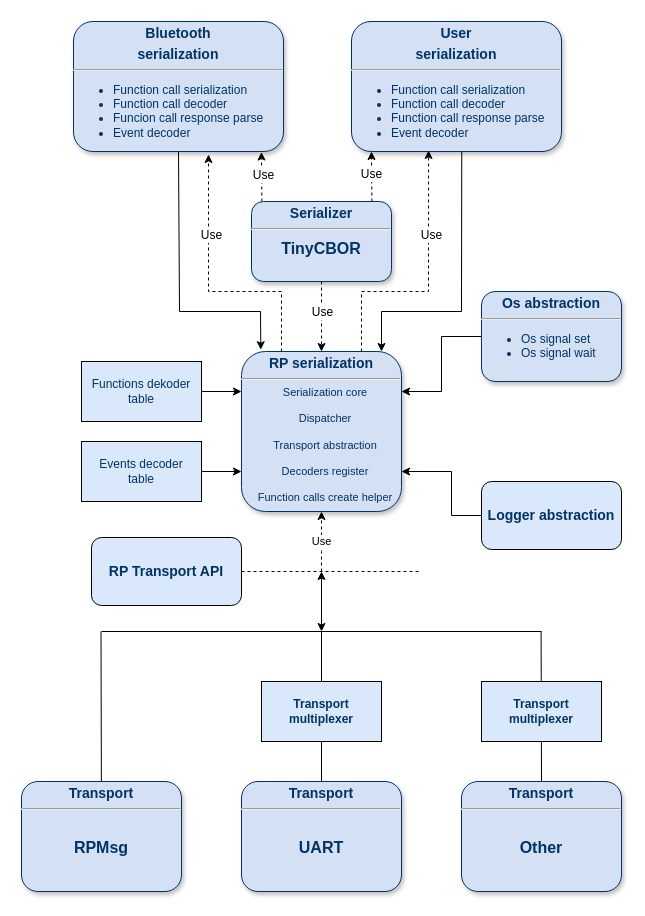
Earlier version of the draw.io diagram Serialization diagram.drawio (doki-nordic/draw.io). Source tidied: cells renumbered, new cells numbered last; positions are measured from the earlier drawing's top-left corner, leaving out a move shared by most shapes. Both pictures are drawn from the tidied source at 100%, with x=0, y=0 at pixel (21, 21).
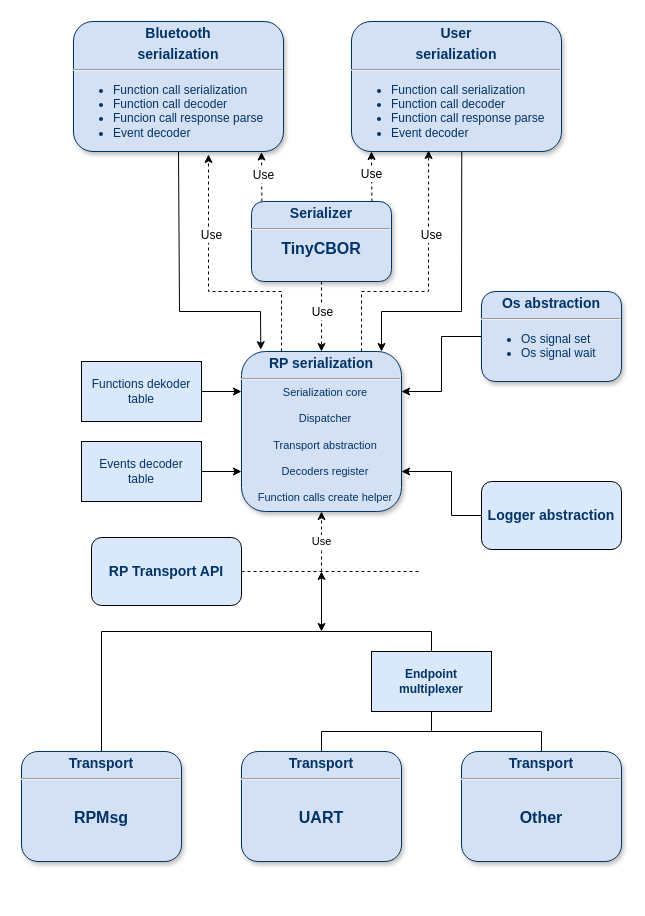
Above is the later version.

Diff of the diagram source:
```diff
@@
+    <mxCell id="39" style="edgeStyle=orthogonalEdgeStyle;rounded=0;jettySize=auto;html=1;exitX=0.5;exitY=0;exitDx=0;exitDy=0;endArrow=none;endFill=0;" parent="1" edge="1" source="2">
+      <mxGeometry relative="1" as="geometry">
+        <mxPoint x="300" y="610" as="targetPoint" />
+        <Array as="points">
+          <mxPoint x="80" y="610" />
+        </Array>
+      </mxGeometry>
+    </mxCell>
     <mxCell id="2" value="&lt;p style=&quot;margin: 4px 0px 0px ; text-align: center&quot;&gt;&lt;font size=&quot;1&quot;&gt;&lt;b style=&quot;font-size: 14px&quot;&gt;Transport&lt;/b&gt;&lt;/font&gt;&lt;/p&gt;&lt;hr&gt;&lt;div align=&quot;center&quot;&gt;&lt;table align=&quot;center&quot;&gt;&lt;tbody&gt;&lt;tr style=&quot;font-size: 16px&quot;&gt;&lt;td&gt;&lt;b&gt;&lt;br&gt;RPMsg&lt;/b&gt;&lt;br&gt;&lt;/td&gt;&lt;/tr&gt;&lt;/tbody&gt;&lt;/table&gt;&lt;/div&gt;" style="verticalAlign=top;align=left;overflow=fill;fontSize=12;fontFamily=Helvetica;html=1;strokeColor=#003366;shadow=1;fillColor=#D4E1F5;fontColor=#003366;glass=0;rounded=1;comic=0;" parent="1" vertex="1">
-      <mxGeometry y="760" width="160" height="110" as="geometry" />
+      <mxGeometry y="730" width="160" height="110" as="geometry" />
     </mxCell>
@@
     <mxCell id="4" value="&lt;p style=&quot;margin: 4px 0px 0px ; text-align: center&quot;&gt;&lt;font size=&quot;1&quot;&gt;&lt;b style=&quot;font-size: 14px&quot;&gt;Transport&lt;/b&gt;&lt;/font&gt;&lt;/p&gt;&lt;hr&gt;&lt;div align=&quot;center&quot;&gt;&lt;table align=&quot;center&quot;&gt;&lt;tbody&gt;&lt;tr style=&quot;font-size: 16px&quot;&gt;&lt;td&gt;&lt;b&gt;&lt;br&gt;UART&lt;/b&gt;&lt;br&gt;&lt;/td&gt;&lt;/tr&gt;&lt;/tbody&gt;&lt;/table&gt;&lt;/div&gt;" style="verticalAlign=top;align=left;overflow=fill;fontSize=12;fontFamily=Helvetica;html=1;strokeColor=#003366;shadow=1;fillColor=#D4E1F5;fontColor=#003366;glass=0;rounded=1;comic=0;" parent="1" vertex="1">
-      <mxGeometry x="220" y="760" width="160" height="110" as="geometry" />
+      <mxGeometry x="220" y="730" width="160" height="110" as="geometry" />
     </mxCell>
     <mxCell id="5" value="&lt;p style=&quot;margin: 4px 0px 0px ; text-align: center&quot;&gt;&lt;font size=&quot;1&quot;&gt;&lt;b style=&quot;font-size: 14px&quot;&gt;Transport&lt;/b&gt;&lt;/font&gt;&lt;/p&gt;&lt;hr&gt;&lt;div align=&quot;center&quot;&gt;&lt;table align=&quot;center&quot;&gt;&lt;tbody&gt;&lt;tr style=&quot;font-size: 16px&quot;&gt;&lt;td&gt;&lt;b&gt;&lt;br&gt;Other&lt;/b&gt;&lt;br&gt;&lt;/td&gt;&lt;/tr&gt;&lt;/tbody&gt;&lt;/table&gt;&lt;/div&gt;" style="verticalAlign=top;align=left;overflow=fill;fontSize=12;fontFamily=Helvetica;html=1;strokeColor=#003366;shadow=1;fillColor=#D4E1F5;fontColor=#003366;glass=0;rounded=1;comic=0;" parent="1" vertex="1">
-      <mxGeometry x="440" y="760" width="160" height="110" as="geometry" />
+      <mxGeometry x="440" y="730" width="160" height="110" as="geometry" />
     </mxCell>
-    <mxCell id="6" style="endArrow=none;html=1;exitX=0.5;exitY=0;exitDx=0;exitDy=0;" parent="1" edge="1" source="4">
-      <mxGeometry relative="1" as="geometry">
-        <mxPoint x="300" y="610" as="targetPoint" />
-      </mxGeometry>
-    </mxCell>
-    <mxCell id="7" style="endArrow=none;html=1;" parent="1" edge="1" source="2">
-      <mxGeometry relative="1" as="geometry">
-        <mxPoint x="79.5" y="610" as="targetPoint" />
-      </mxGeometry>
-    </mxCell>
-    <mxCell id="8" style="endArrow=none;html=1;exitX=0.5;exitY=0;exitDx=0;exitDy=0;" parent="1" edge="1" source="5">
-      <mxGeometry relative="1" as="geometry">
-        <mxPoint x="519.6" y="610" as="targetPoint" />
-      </mxGeometry>
-    </mxCell>
-    <mxCell id="9" style="endArrow=none;html=1;" parent="1" edge="1">
-      <mxGeometry relative="1" as="geometry">
-        <mxPoint x="80" y="610" as="sourcePoint" />
-        <mxPoint x="520" y="610" as="targetPoint" />
-      </mxGeometry>
-    </mxCell>
@@
+    <mxCell id="40" style="edgeStyle=orthogonalEdgeStyle;rounded=0;jettySize=auto;html=1;exitX=0.5;exitY=0;exitDx=0;exitDy=0;endArrow=none;endFill=0;" parent="1" edge="1" source="35">
+      <mxGeometry relative="1" as="geometry">
+        <mxPoint x="300" y="610" as="targetPoint" />
+        <Array as="points">
+          <mxPoint x="410" y="610" />
+        </Array>
+      </mxGeometry>
+    </mxCell>
+    <mxCell id="41" style="edgeStyle=orthogonalEdgeStyle;rounded=0;jettySize=auto;html=1;exitX=0.5;exitY=1;exitDx=0;exitDy=0;entryX=0.5;entryY=0;entryDx=0;entryDy=0;endArrow=none;endFill=0;" parent="1" edge="1" source="35" target="4">
+      <mxGeometry relative="1" as="geometry" />
+    </mxCell>
+    <mxCell id="42" style="edgeStyle=orthogonalEdgeStyle;rounded=0;jettySize=auto;html=1;exitX=0.5;exitY=1;exitDx=0;exitDy=0;entryX=0.5;entryY=0;entryDx=0;entryDy=0;endArrow=none;endFill=0;" parent="1" edge="1" source="35" target="5">
+      <mxGeometry relative="1" as="geometry" />
+    </mxCell>
-    <mxCell id="35" value="&lt;font color=&quot;#003366&quot;&gt;&lt;b&gt;Transport multiplexer&lt;/b&gt;&lt;/font&gt;" style="rounded=0;whiteSpace=wrap;html=1;fillColor=#dae8fc;strokeColor=#000000;" parent="1" vertex="1">
-      <mxGeometry x="240" y="660" width="120" height="60" as="geometry" />
+    <mxCell id="35" value="&lt;font color=&quot;#003366&quot;&gt;&lt;b&gt;Endpoint multiplexer&lt;/b&gt;&lt;/font&gt;" style="rounded=0;whiteSpace=wrap;html=1;fillColor=#dae8fc;strokeColor=#000000;" parent="1" vertex="1">
+      <mxGeometry x="350" y="630" width="120" height="60" as="geometry" />
     </mxCell>
-    <mxCell id="36" value="&lt;font color=&quot;#003366&quot;&gt;&lt;b&gt;Transport multiplexer&lt;/b&gt;&lt;/font&gt;" style="rounded=0;whiteSpace=wrap;html=1;fillColor=#dae8fc;strokeColor=#000000;" parent="1" vertex="1">
-      <mxGeometry x="460" y="660" width="120" height="60" as="geometry" />
-    </mxCell>
```
